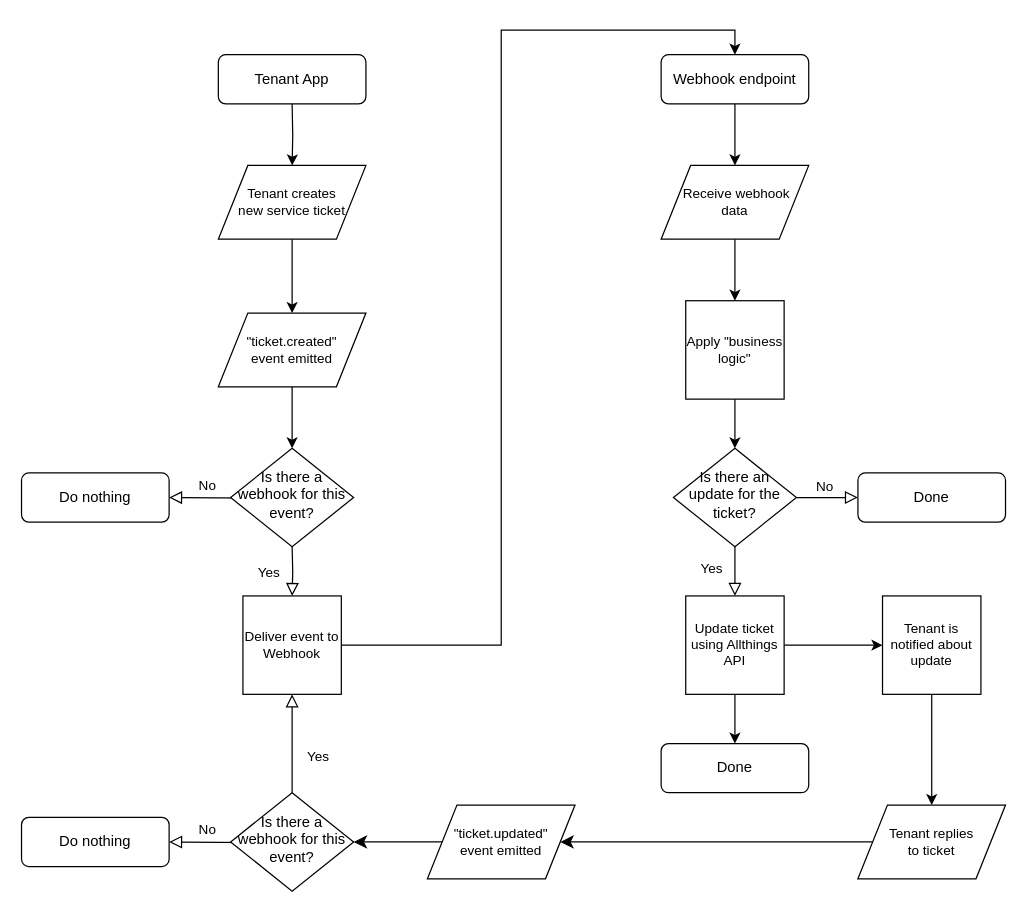
allthings/developers keeps this draw.io diagram as webhooks/assets/webhooks.introduction.common-use-cases.ticketing.1.drawio. Above is the earlier version. Source tidied: cells renumbered, new cells numbered last; positions are measured from the earlier drawing's top-left corner, leaving out a move shared by most shapes. Both pictures are drawn from the tidied source at 123%, with x=0, y=0 at pixel (21, 54).
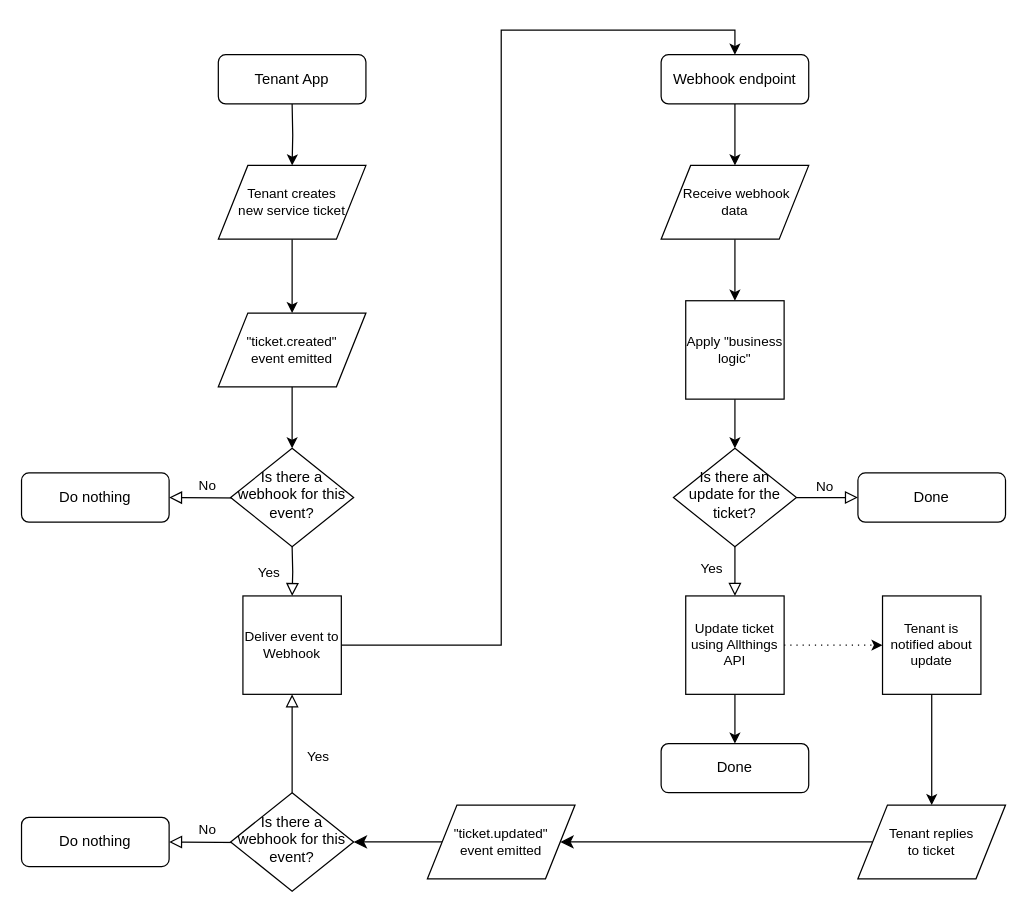
Above is the later version.

Unchanged cells that the change refers to:
```xml
<mxCell id="25" value="Update ticket using Allthings API" style="whiteSpace=wrap;html=1;fontSize=11;" parent="1" vertex="1">
  <mxGeometry x="540" y="440" width="80" height="80" as="geometry" />
</mxCell>
<mxCell id="27" value="Tenant is notified about update" style="whiteSpace=wrap;html=1;fontSize=11;" parent="1" vertex="1">
  <mxGeometry x="700" y="440" width="80" height="80" as="geometry" />
</mxCell>
```

Diff of the diagram source:
```diff
@@
-    <mxCell id="24" style="edgeStyle=orthogonalEdgeStyle;rounded=0;jettySize=auto;html=1;endArrow=classic;endFill=1;" parent="1" edge="1" source="25" target="27">
+    <mxCell id="24" style="edgeStyle=orthogonalEdgeStyle;rounded=0;jettySize=auto;html=1;endArrow=classic;endFill=1;dashed=1;dashPattern=1 4;" parent="1" edge="1" source="25" target="27">
       <mxGeometry relative="1" as="geometry" />
     </mxCell>
```
